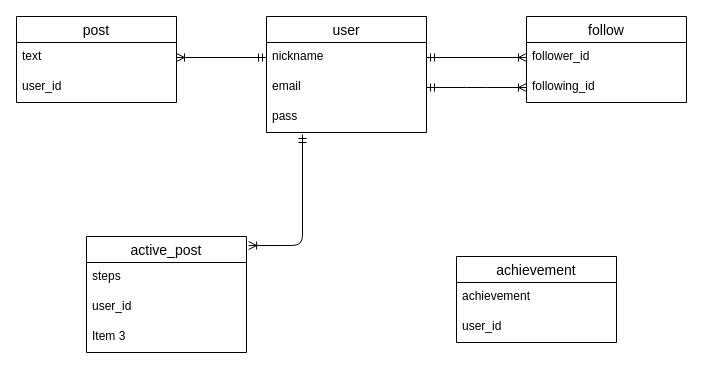
find4423/mine_sanpo keeps this draw.io diagram as page "ページ1" (1 of 2) of sanpo.dio. Above is the earlier version. Source tidied: cells renumbered, new cells numbered last; positions are measured from the earlier drawing's top-left corner, leaving out a move shared by most shapes. Both pictures are drawn from the tidied source at 100%, with x=0, y=0 at pixel (16, 16).
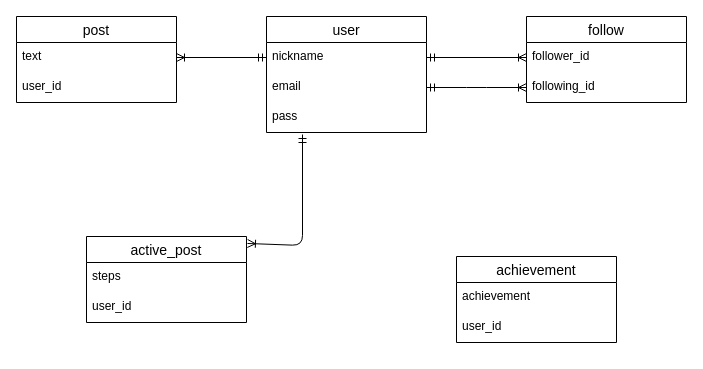
The same page after the edit.

The change refers to these unchanged cells:
```xml
<mxCell id="8" value="pass" style="text;strokeColor=none;fillColor=none;spacingLeft=4;spacingRight=4;overflow=hidden;points=[[0,0.5],[1,0.5]];portConstraint=eastwest;fontSize=12;" parent="5" vertex="1">
  <mxGeometry y="86" width="160" height="30" as="geometry" />
</mxCell>
```

Diff of the diagram source:
```diff
@@
     <mxCell id="9" value="active_post" style="swimlane;fontStyle=0;horizontal=1;startSize=26;align=center;fontSize=14;" parent="1" vertex="1">
-      <mxGeometry x="70" y="220" width="160" height="116" as="geometry" />
+      <mxGeometry x="70" y="220" width="160" height="86" as="geometry" />
     </mxCell>
@@
-    <mxCell id="12" value="Item 3" style="text;strokeColor=none;fillColor=none;spacingLeft=4;spacingRight=4;overflow=hidden;fontSize=12;" parent="9" vertex="1">
-      <mxGeometry y="86" width="160" height="30" as="geometry" />
-    </mxCell>
@@
-    <mxCell id="20" style="fontSize=12;html=1;endArrow=ERoneToMany;startArrow=ERmandOne;entryX=1.013;entryY=0.078;entryDx=0;entryDy=0;entryPerimeter=0;exitX=0.225;exitY=1.067;exitDx=0;exitDy=0;exitPerimeter=0;" parent="1" edge="1" source="8" target="9">
+    <mxCell id="20" style="fontSize=12;html=1;endArrow=ERoneToMany;startArrow=ERmandOne;exitX=0.225;exitY=1.067;exitDx=0;exitDy=0;exitPerimeter=0;entryX=1.006;entryY=0.081;entryDx=0;entryDy=0;entryPerimeter=0;" parent="1" edge="1" source="8" target="9">
       <mxGeometry relative="1" as="geometry">
         <Array as="points">
           <mxPoint x="286" y="229" />
         </Array>
       </mxGeometry>
     </mxCell>
```
